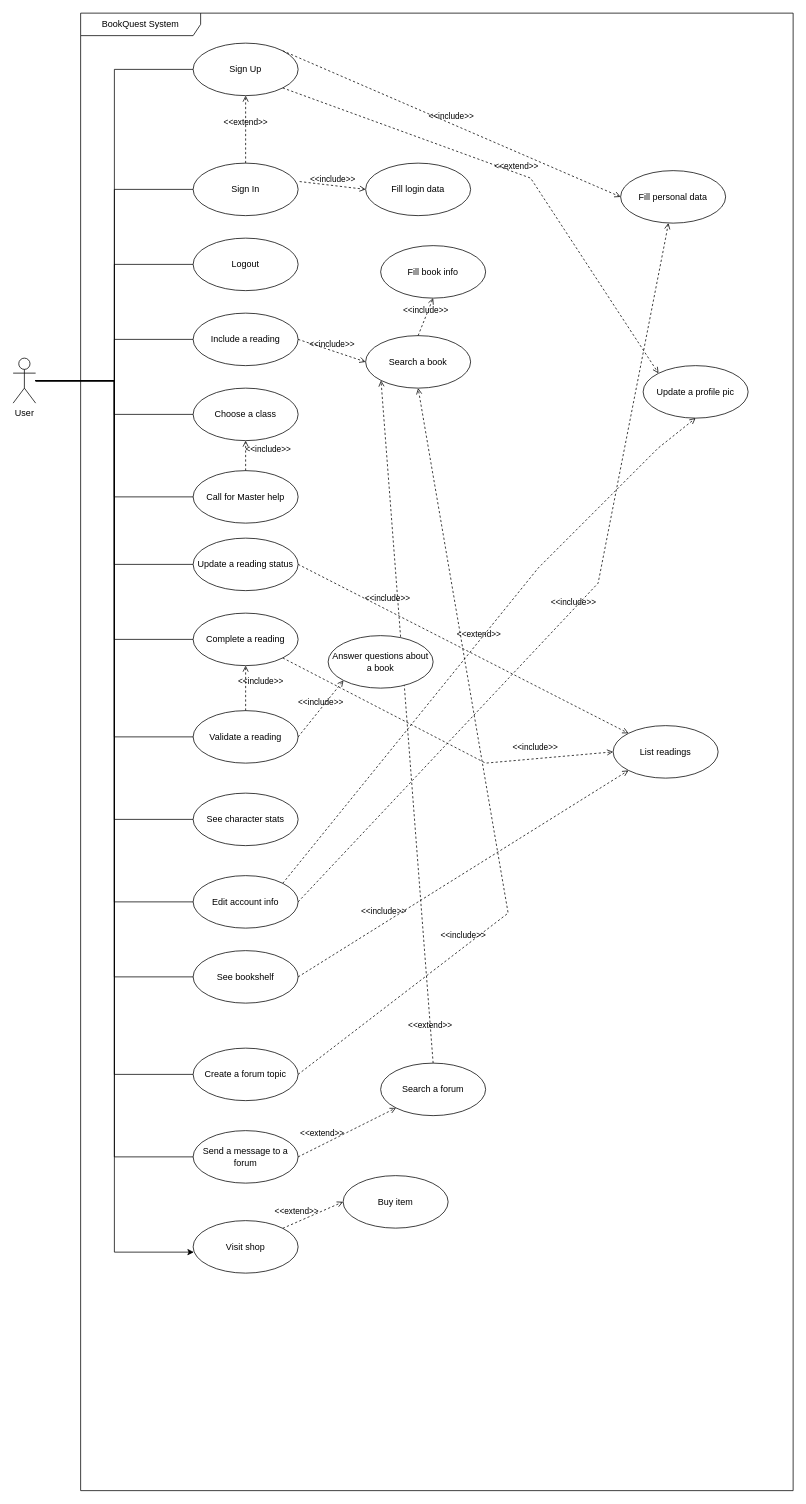
Above: page "Use Case" (1 of 2) of Diagramas.drawio in dglsmrnh/bookquest-docs (draw.io), before the change. Source tidied: cells renumbered, new cells numbered last; positions are measured from the earlier drawing's top-left corner, leaving out a move shared by most shapes. Both pictures are drawn from the tidied source at 75%, with x=0, y=0 at pixel (13, 13).
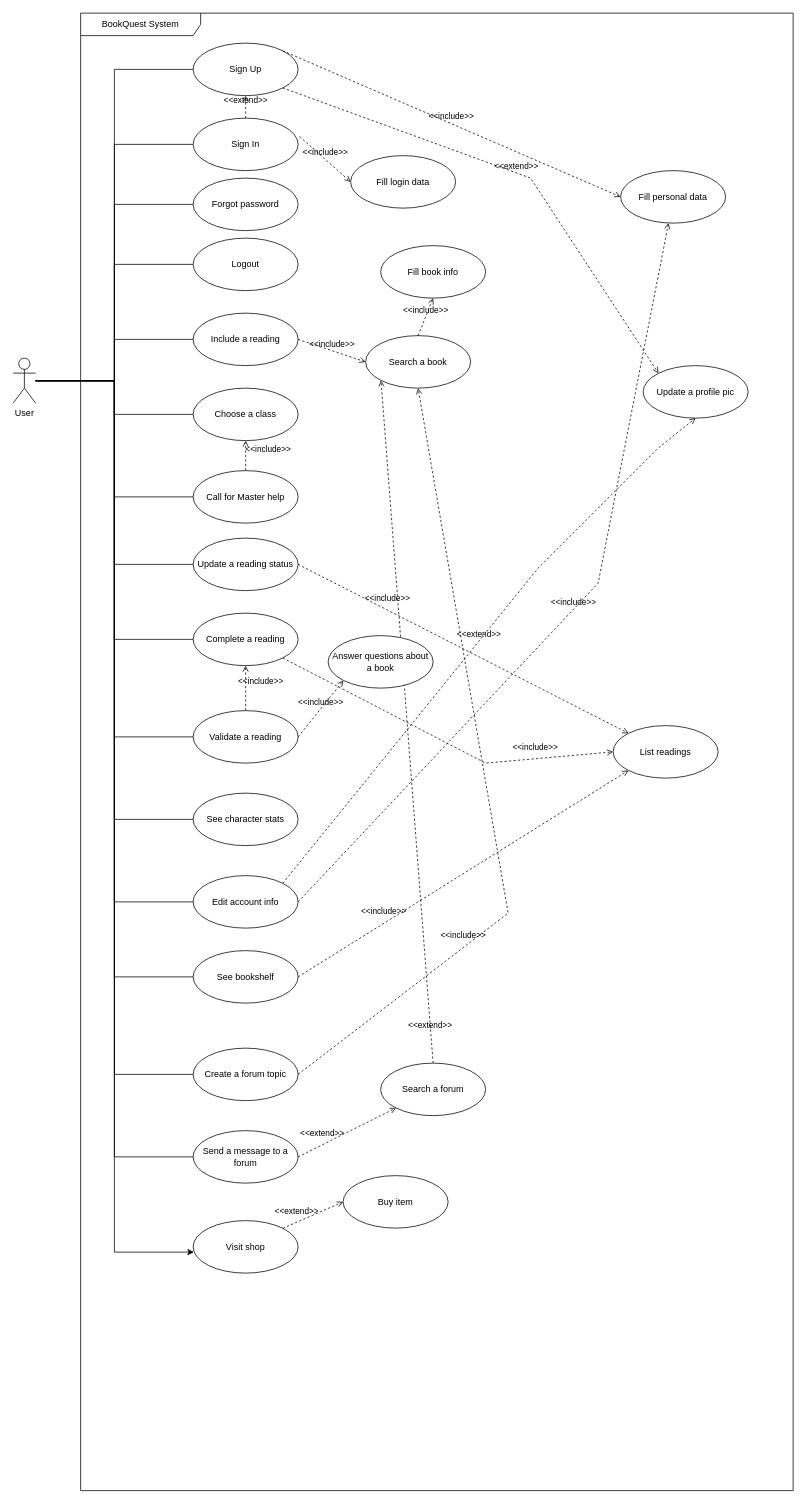
After the change.

The change refers to these unchanged cells:
```xml
<mxCell id="17" value="User" style="shape=umlActor;verticalLabelPosition=bottom;verticalAlign=top;html=1;" parent="1" vertex="1">
  <mxGeometry y="460" width="30" height="60" as="geometry" />
</mxCell>
<mxCell id="18" value="BookQuest System" style="shape=umlFrame;whiteSpace=wrap;html=1;width=160;" parent="1" vertex="1">
  <mxGeometry x="90" width="950" height="1970" as="geometry" />
</mxCell>
```

Diff of the diagram source:
```diff
@@
+    <mxCell id="61" style="edgeStyle=orthogonalEdgeStyle;rounded=0;jettySize=auto;html=1;entryX=0;entryY=0.5;entryDx=0;entryDy=0;endArrow=none;endFill=0;" parent="1" edge="1" source="17" target="62">
+      <mxGeometry relative="1" as="geometry" />
+    </mxCell>
@@
     <mxCell id="21" value="Sign In" style="ellipse;whiteSpace=wrap;html=1;" parent="18" vertex="1">
-      <mxGeometry x="150" y="200" width="140" height="70" as="geometry" />
+      <mxGeometry x="150" y="140" width="140" height="70" as="geometry" />
     </mxCell>
@@
     <mxCell id="24" value="Fill login data" style="ellipse;whiteSpace=wrap;html=1;" parent="18" vertex="1">
-      <mxGeometry x="380" y="200" width="140" height="70" as="geometry" />
+      <mxGeometry x="360" y="190" width="140" height="70" as="geometry" />
     </mxCell>
@@
+    <mxCell id="62" value="Forgot password" style="ellipse;whiteSpace=wrap;html=1;" parent="18" vertex="1">
+      <mxGeometry x="150" y="220" width="140" height="70" as="geometry" />
+    </mxCell>
```
